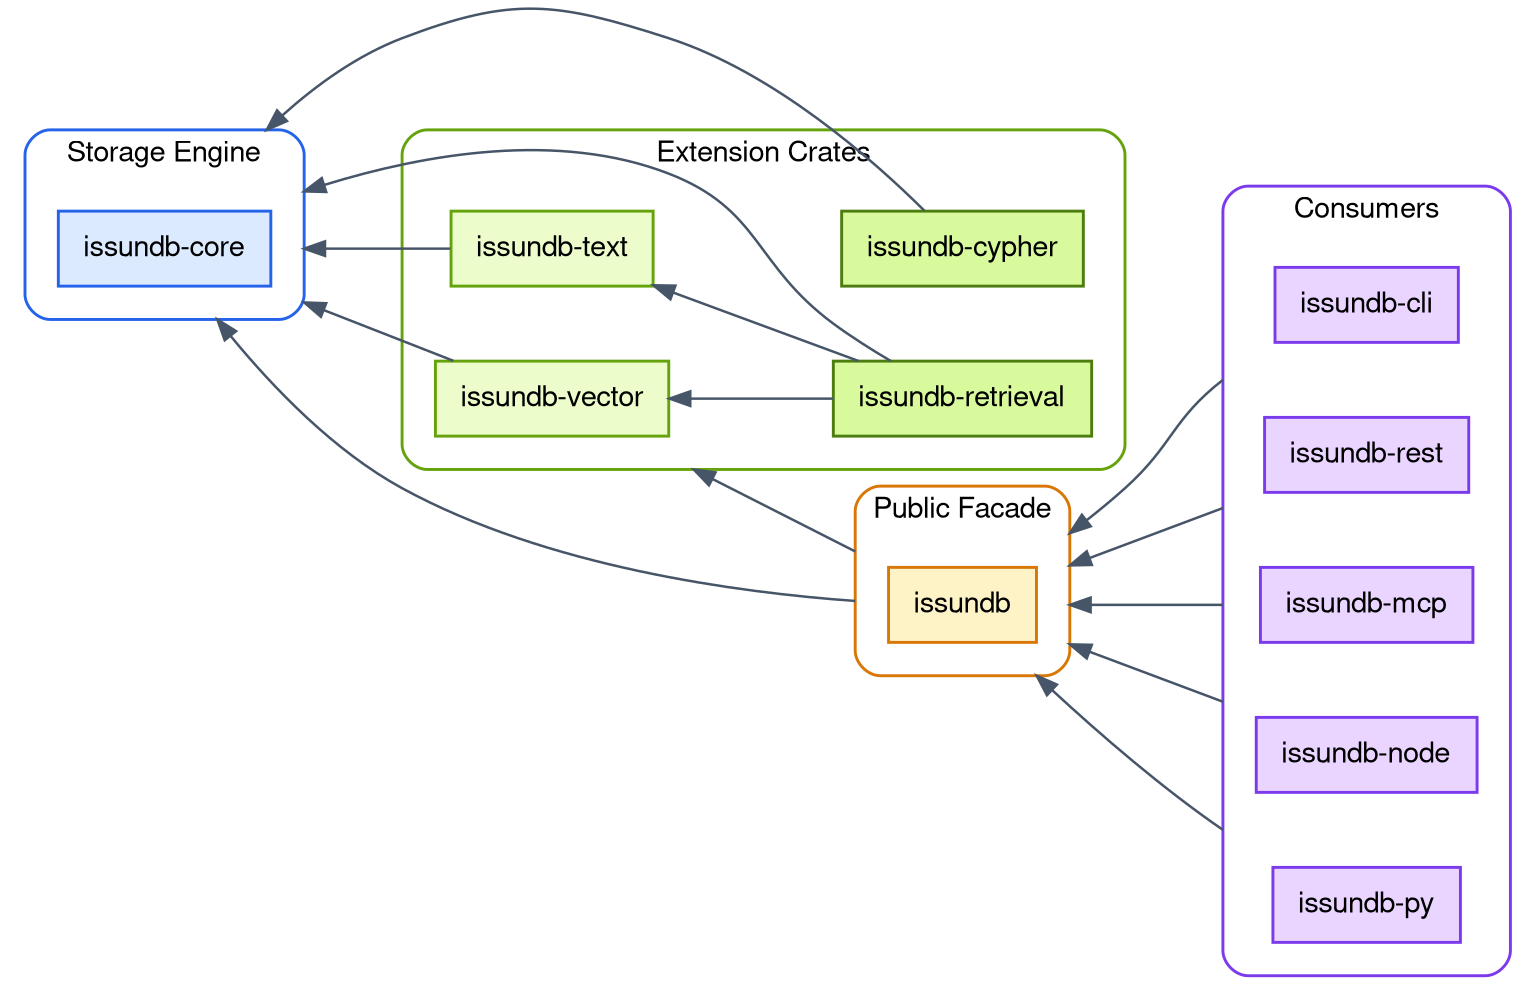
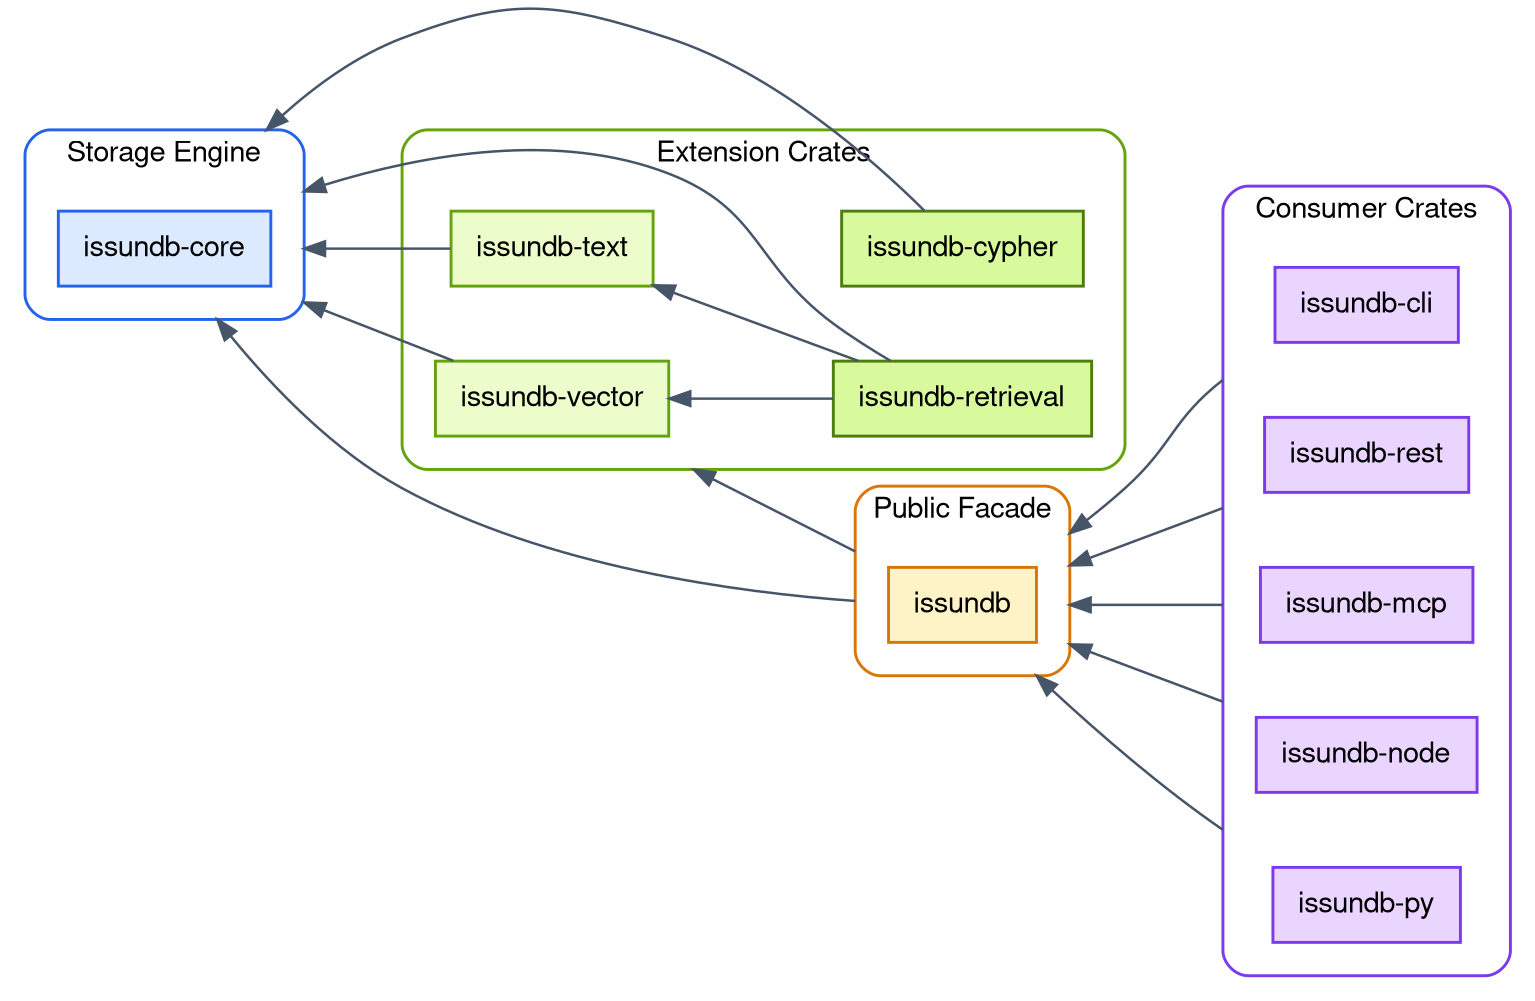
digraph IssunDBArchitecture {
    fontname = "Helvetica,Arial,sans-serif"
    layout = dot
    rankdir = RL
    ranksep = 1.1
    nodesep = 0.5
    splines = true
    bgcolor = "white"
    compound = true

    node [
    fontname = "Helvetica,Arial,sans-serif",
    shape = rect,
    style = "filled",
    color = "#475569",
    fillcolor = "white",
    penwidth = 1.4,
    margin = "0.16,0.10"
    ]

    edge [
    fontname = "Helvetica,Arial,sans-serif",
    fontsize = 10,
    color = "#475569",
    fontcolor = "#475569",
    penwidth = 1.2
    ]

    // ---------------------------------------------------------------
 // Storage engine: the foundation crate.
 // ---------------------------------------------------------------
    subgraph cluster_core {
    label = "Storage Engine"
    fontname = "Helvetica,Arial,sans-serif"
    fontsize = 14
    style = "rounded"
    color = "#2563EB"
    penwidth = 1.4
    margin = 16

    core [label = "issundb-core", fillcolor = "#DBEAFE", color = "#2563EB"]
    }

    // ---------------------------------------------------------------
 // Extension crates: depend on core, never on each other upward.
 // ---------------------------------------------------------------
    subgraph cluster_ext {
    label = "Extension Crates"
    fontname = "Helvetica,Arial,sans-serif"
    fontsize = 14
    style = "rounded"
    color = "#65A30D"
    penwidth = 1.4
    margin = 16

    vector [label = "issundb-vector", fillcolor = "#ECFCCB", color = "#65A30D"]
    text [label = "issundb-text", fillcolor = "#ECFCCB", color = "#65A30D"]
    retrieval [label = "issundb-retrieval", fillcolor = "#D9F99D", color = "#4D7C0F"]
    cypher [label = "issundb-cypher", fillcolor = "#D9F99D", color = "#4D7C0F"]
    }

    // ---------------------------------------------------------------
 // Public facade.
 // ---------------------------------------------------------------
    subgraph cluster_facade {
    label = "Public Facade"
    fontname = "Helvetica,Arial,sans-serif"
    fontsize = 14
    style = "rounded"
    color = "#D97706"
    penwidth = 1.4
    margin = 16

    facade [label = "issundb", fillcolor = "#FEF3C7", color = "#D97706"]
    }

    // ---------------------------------------------------------------
 // Consumers: bindings, servers, tools. Facade-only.
 // ---------------------------------------------------------------
    subgraph cluster_consumers {
-     label = "Consumers"
+     label = "Consumer Crates"
    fontname = "Helvetica,Arial,sans-serif"
    fontsize = 14
    style = "rounded"
    color = "#7C3AED"
    penwidth = 1.4
    margin = 16

    cli [label = "issundb-cli", fillcolor = "#E9D5FF", color = "#7C3AED"]
    rest [label = "issundb-rest", fillcolor = "#E9D5FF", color = "#7C3AED"]
    mcp [label = "issundb-mcp", fillcolor = "#E9D5FF", color = "#7C3AED"]
    node_bind [label = "issundb-node", fillcolor = "#E9D5FF", color = "#7C3AED"]
    py_bind [label = "issundb-py", fillcolor = "#E9D5FF", color = "#7C3AED"]
    }

    // ---------------------------------------------------------------
 // Dependency edges (point from dependent to dependency).
 // lhead/ltail clip the edge at the cluster border (compound = true)
 // so arrows attach to the enclosing cluster, not the inner box.
 // ---------------------------------------------------------------
    vector -> core [lhead = cluster_core]
    text -> core [lhead = cluster_core]
    retrieval -> core [lhead = cluster_core]
    retrieval -> vector
    retrieval -> text
    cypher -> core [lhead = cluster_core]

    facade -> core [ltail = cluster_facade, lhead = cluster_core]
    facade -> vector [ltail = cluster_facade, lhead = cluster_ext]

    cli -> facade [ltail = cluster_consumers, lhead = cluster_facade]
    rest -> facade [ltail = cluster_consumers, lhead = cluster_facade]
    mcp -> facade [ltail = cluster_consumers, lhead = cluster_facade]
    node_bind -> facade [ltail = cluster_consumers, lhead = cluster_facade]
    py_bind -> facade [ltail = cluster_consumers, lhead = cluster_facade]
}
